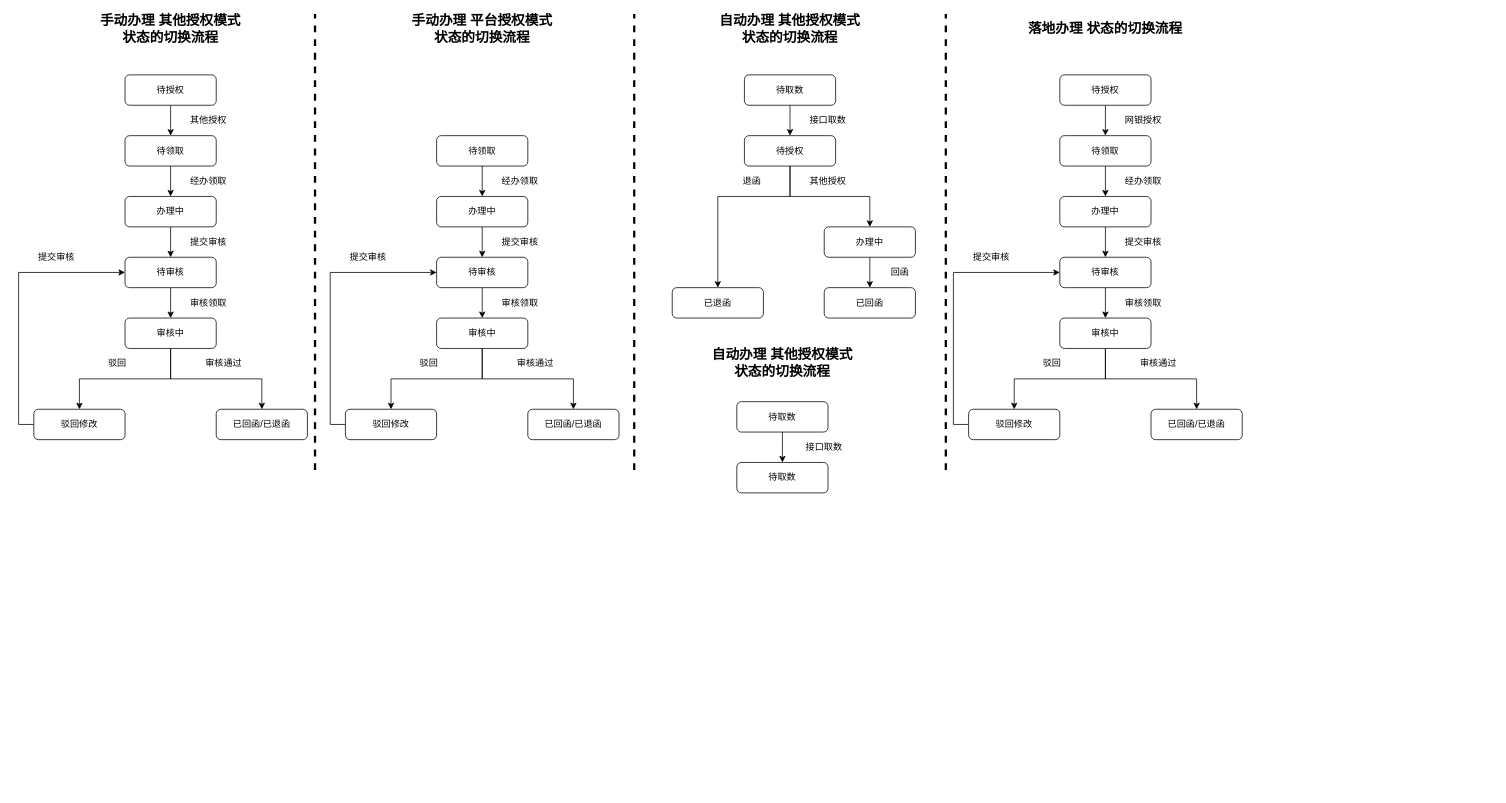
The draw.io diagram 未命名绘图.drawio in pingguo002/iconomi, before the edit. Source tidied: cells renumbered, new cells numbered last; positions are measured from the earlier drawing's top-left corner, leaving out a move shared by most shapes. Both pictures are drawn from the tidied source at 76%, with x=0, y=0 at pixel (33, 14).
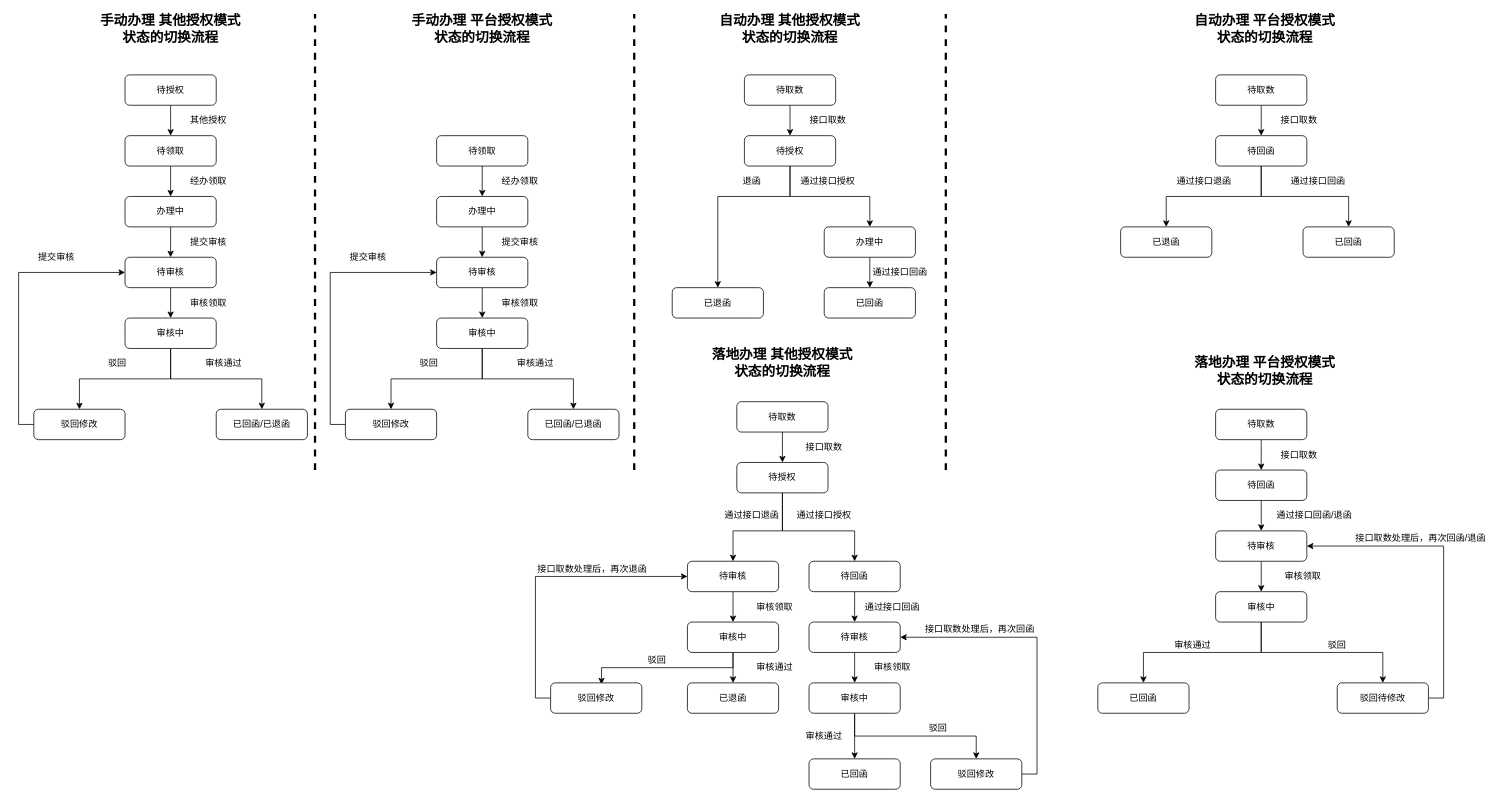
The same page after the edit.

Commit message:
更新未命名绘图.drawio

Diff of the diagram source:
```diff
@@
-    <mxCell id="52" style="edgeStyle=orthogonalEdgeStyle;rounded=0;jettySize=auto;html=1;exitX=0.5;exitY=1;exitDx=0;exitDy=0;" parent="1" edge="1" source="53" target="55">
-      <mxGeometry relative="1" as="geometry" />
-    </mxCell>
-    <mxCell id="53" value="待授权" style="rounded=1;whiteSpace=wrap;html=1;" parent="1" vertex="1">
-      <mxGeometry x="1350" y="80" width="120" height="40" as="geometry" />
-    </mxCell>
-    <mxCell id="54" style="edgeStyle=orthogonalEdgeStyle;rounded=0;jettySize=auto;html=1;exitX=0.5;exitY=1;exitDx=0;exitDy=0;" parent="1" edge="1" source="55" target="58">
-      <mxGeometry relative="1" as="geometry" />
-    </mxCell>
-    <mxCell id="55" value="待领取" style="rounded=1;whiteSpace=wrap;html=1;" parent="1" vertex="1">
-      <mxGeometry x="1350" y="160" width="120" height="40" as="geometry" />
-    </mxCell>
-    <mxCell id="56" value="网银授权" style="text;html=1;strokeColor=none;fillColor=none;align=center;verticalAlign=middle;whiteSpace=wrap;rounded=0;" parent="1" vertex="1">
-      <mxGeometry x="1410" y="130" width="100" height="20" as="geometry" />
-    </mxCell>
-    <mxCell id="57" style="edgeStyle=orthogonalEdgeStyle;rounded=0;jettySize=auto;html=1;exitX=0.5;exitY=1;exitDx=0;exitDy=0;" parent="1" edge="1" source="58" target="61">
-      <mxGeometry relative="1" as="geometry" />
-    </mxCell>
-    <mxCell id="58" value="办理中" style="rounded=1;whiteSpace=wrap;html=1;" parent="1" vertex="1">
-      <mxGeometry x="1350" y="240" width="120" height="40" as="geometry" />
-    </mxCell>
-    <mxCell id="59" value="经办领取" style="text;html=1;strokeColor=none;fillColor=none;align=center;verticalAlign=middle;whiteSpace=wrap;rounded=0;" parent="1" vertex="1">
-      <mxGeometry x="1410" y="210" width="100" height="20" as="geometry" />
-    </mxCell>
-    <mxCell id="60" style="edgeStyle=orthogonalEdgeStyle;rounded=0;jettySize=auto;html=1;exitX=0.5;exitY=1;exitDx=0;exitDy=0;" parent="1" edge="1" source="61" target="65">
-      <mxGeometry relative="1" as="geometry" />
-    </mxCell>
-    <mxCell id="61" value="待审核" style="rounded=1;whiteSpace=wrap;html=1;" parent="1" vertex="1">
-      <mxGeometry x="1350" y="320" width="120" height="40" as="geometry" />
-    </mxCell>
-    <mxCell id="62" value="提交审核" style="text;html=1;strokeColor=none;fillColor=none;align=center;verticalAlign=middle;whiteSpace=wrap;rounded=0;" parent="1" vertex="1">
-      <mxGeometry x="1410" y="290" width="100" height="20" as="geometry" />
-    </mxCell>
-    <mxCell id="63" style="edgeStyle=orthogonalEdgeStyle;rounded=0;jettySize=auto;html=1;exitX=0.5;exitY=1;exitDx=0;exitDy=0;" parent="1" edge="1" source="65" target="73">
-      <mxGeometry relative="1" as="geometry" />
-    </mxCell>
-    <mxCell id="64" style="edgeStyle=orthogonalEdgeStyle;rounded=0;jettySize=auto;html=1;exitX=0.5;exitY=1;exitDx=0;exitDy=0;entryX=0.5;entryY=0;entryDx=0;entryDy=0;" parent="1" edge="1" source="65" target="70">
-      <mxGeometry relative="1" as="geometry" />
-    </mxCell>
-    <mxCell id="65" value="审核中" style="rounded=1;whiteSpace=wrap;html=1;" parent="1" vertex="1">
-      <mxGeometry x="1350" y="400" width="120" height="40" as="geometry" />
-    </mxCell>
-    <mxCell id="66" value="审核领取" style="text;html=1;strokeColor=none;fillColor=none;align=center;verticalAlign=middle;whiteSpace=wrap;rounded=0;" parent="1" vertex="1">
-      <mxGeometry x="1410" y="370" width="100" height="20" as="geometry" />
-    </mxCell>
-    <mxCell id="67" value="审核通过" style="text;html=1;strokeColor=none;fillColor=none;align=center;verticalAlign=middle;whiteSpace=wrap;rounded=0;" parent="1" vertex="1">
-      <mxGeometry x="1430" y="450" width="100" height="20" as="geometry" />
-    </mxCell>
-    <mxCell id="68" value="驳回" style="text;html=1;strokeColor=none;fillColor=none;align=center;verticalAlign=middle;whiteSpace=wrap;rounded=0;" parent="1" vertex="1">
-      <mxGeometry x="1310" y="450" width="60" height="20" as="geometry" />
-    </mxCell>
-    <mxCell id="69" style="edgeStyle=orthogonalEdgeStyle;rounded=0;jettySize=auto;html=1;exitX=0;exitY=0.5;exitDx=0;exitDy=0;entryX=0;entryY=0.5;entryDx=0;entryDy=0;" parent="1" edge="1" source="70" target="61">
-      <mxGeometry relative="1" as="geometry" />
-    </mxCell>
-    <mxCell id="70" value="驳回修改" style="rounded=1;whiteSpace=wrap;html=1;" parent="1" vertex="1">
-      <mxGeometry x="1230" y="520" width="120" height="40" as="geometry" />
-    </mxCell>
-    <mxCell id="71" value="提交审核" style="text;html=1;strokeColor=none;fillColor=none;align=center;verticalAlign=middle;whiteSpace=wrap;rounded=0;" parent="1" vertex="1">
-      <mxGeometry x="1230" y="310" width="60" height="20" as="geometry" />
-    </mxCell>
-    <mxCell id="72" value="落地办理 状态的切换流程" style="text;html=1;strokeColor=none;fillColor=none;align=center;verticalAlign=middle;whiteSpace=wrap;rounded=0;fontSize=18;fontStyle=1;" parent="1" vertex="1">
-      <mxGeometry x="1265" y="10" width="290" height="20" as="geometry" />
+    <mxCell id="72" value="自动办理 平台授权模式&lt;br&gt;状态的切换流程" style="text;html=1;strokeColor=none;fillColor=none;align=center;verticalAlign=middle;whiteSpace=wrap;rounded=0;fontSize=18;fontStyle=1;" parent="1" vertex="1">
+      <mxGeometry x="1475" y="10" width="290" height="20" as="geometry" />
     </mxCell>
-    <mxCell id="73" value="已回函/已退函" style="rounded=1;whiteSpace=wrap;html=1;" parent="1" vertex="1">
-      <mxGeometry x="1470" y="520" width="120" height="40" as="geometry" />
-    </mxCell>
@@
-    <mxCell id="75" value="回函" style="text;html=1;strokeColor=none;fillColor=none;align=center;verticalAlign=middle;whiteSpace=wrap;rounded=0;" parent="1" vertex="1">
+    <mxCell id="75" value="通过接口回函" style="text;html=1;strokeColor=none;fillColor=none;align=center;verticalAlign=middle;whiteSpace=wrap;rounded=0;" parent="1" vertex="1">
       <mxGeometry x="1090" y="330" width="100" height="20" as="geometry" />
     </mxCell>
@@
-    <mxCell id="78" value="其他授权" style="text;html=1;strokeColor=none;fillColor=none;align=center;verticalAlign=middle;whiteSpace=wrap;rounded=0;" parent="1" vertex="1">
+    <mxCell id="78" value="通过接口授权" style="text;html=1;strokeColor=none;fillColor=none;align=center;verticalAlign=middle;whiteSpace=wrap;rounded=0;" parent="1" vertex="1">
       <mxGeometry x="995" y="210" width="100" height="20" as="geometry" />
     </mxCell>
-    <mxCell id="79" value="自动办理 其他授权模式&lt;br&gt;状态的切换流程" style="text;html=1;strokeColor=none;fillColor=none;align=center;verticalAlign=middle;whiteSpace=wrap;rounded=0;fontSize=18;fontStyle=1;" parent="1" vertex="1">
+    <mxCell id="79" value="落地办理 其他授权模式&lt;br&gt;状态的切换流程" style="text;html=1;strokeColor=none;fillColor=none;align=center;verticalAlign=middle;whiteSpace=wrap;rounded=0;fontSize=18;fontStyle=1;" parent="1" vertex="1">
       <mxGeometry x="840" y="450" width="290" height="20" as="geometry" />
     </mxCell>
@@
-    <mxCell id="85" value="待取数" style="rounded=1;whiteSpace=wrap;html=1;fontSize=12;" parent="1" vertex="1">
+    <mxCell id="85" value="待授权" style="rounded=1;whiteSpace=wrap;html=1;fontSize=12;" parent="1" vertex="1">
       <mxGeometry x="925" y="590" width="120" height="40" as="geometry" />
     </mxCell>
@@
+    <mxCell id="87" style="edgeStyle=orthogonalEdgeStyle;rounded=0;jettySize=auto;html=1;exitX=0.5;exitY=1;exitDx=0;exitDy=0;strokeWidth=1;fontSize=12;entryX=0.5;entryY=0;entryDx=0;entryDy=0;" parent="1" edge="1" source="85" target="94">
+      <mxGeometry relative="1" as="geometry">
+        <Array as="points">
+          <mxPoint x="985" y="680" />
+          <mxPoint x="1080" y="680" />
+        </Array>
+      </mxGeometry>
+    </mxCell>
+    <mxCell id="88" style="edgeStyle=orthogonalEdgeStyle;rounded=0;jettySize=auto;html=1;exitX=0.5;exitY=1;exitDx=0;exitDy=0;entryX=0.5;entryY=0;entryDx=0;entryDy=0;strokeWidth=1;fontSize=12;" parent="1" edge="1" source="85" target="61">
+      <mxGeometry relative="1" as="geometry">
+        <Array as="points">
+          <mxPoint x="985" y="680" />
+          <mxPoint x="920" y="680" />
+        </Array>
+      </mxGeometry>
+    </mxCell>
+    <mxCell id="89" style="edgeStyle=orthogonalEdgeStyle;rounded=0;jettySize=auto;html=1;exitX=0.5;exitY=1;exitDx=0;exitDy=0;strokeWidth=1;fontSize=12;" parent="1" edge="1" source="61" target="98">
+      <mxGeometry relative="1" as="geometry" />
+    </mxCell>
+    <mxCell id="61" value="待审核" style="rounded=1;whiteSpace=wrap;html=1;" parent="1" vertex="1">
+      <mxGeometry x="860" y="720" width="120" height="40" as="geometry" />
+    </mxCell>
+    <mxCell id="90" value="通过接口退函" style="text;html=1;strokeColor=none;fillColor=none;align=center;verticalAlign=middle;whiteSpace=wrap;rounded=0;" parent="1" vertex="1">
+      <mxGeometry x="895" y="650" width="100" height="20" as="geometry" />
+    </mxCell>
+    <mxCell id="91" style="edgeStyle=orthogonalEdgeStyle;rounded=0;jettySize=auto;html=1;exitX=0.5;exitY=1;exitDx=0;exitDy=0;strokeWidth=1;fontSize=12;" parent="1" edge="1" source="92" target="109">
+      <mxGeometry relative="1" as="geometry" />
+    </mxCell>
+    <mxCell id="92" value="待审核" style="rounded=1;whiteSpace=wrap;html=1;fontSize=12;" parent="1" vertex="1">
+      <mxGeometry x="1020" y="800" width="120" height="40" as="geometry" />
+    </mxCell>
+    <mxCell id="93" style="edgeStyle=orthogonalEdgeStyle;rounded=0;jettySize=auto;html=1;exitX=0.5;exitY=1;exitDx=0;exitDy=0;strokeWidth=1;fontSize=12;" parent="1" edge="1" source="94" target="92">
+      <mxGeometry relative="1" as="geometry" />
+    </mxCell>
+    <mxCell id="94" value="待回函" style="rounded=1;whiteSpace=wrap;html=1;fontSize=12;" parent="1" vertex="1">
+      <mxGeometry x="1020" y="720" width="120" height="40" as="geometry" />
+    </mxCell>
+    <mxCell id="95" value="通过接口授权" style="text;html=1;strokeColor=none;fillColor=none;align=center;verticalAlign=middle;whiteSpace=wrap;rounded=0;" parent="1" vertex="1">
+      <mxGeometry x="990" y="650" width="100" height="20" as="geometry" />
+    </mxCell>
+    <mxCell id="96" style="edgeStyle=orthogonalEdgeStyle;rounded=0;jettySize=auto;html=1;exitX=0.5;exitY=1;exitDx=0;exitDy=0;strokeWidth=1;fontSize=12;" parent="1" edge="1" source="98" target="103">
+      <mxGeometry relative="1" as="geometry" />
+    </mxCell>
+    <mxCell id="97" style="edgeStyle=orthogonalEdgeStyle;rounded=0;jettySize=auto;html=1;exitX=0.5;exitY=1;exitDx=0;exitDy=0;entryX=0.558;entryY=0.05;entryDx=0;entryDy=0;entryPerimeter=0;strokeWidth=1;fontSize=12;" parent="1" edge="1" source="98" target="101">
+      <mxGeometry relative="1" as="geometry" />
+    </mxCell>
+    <mxCell id="98" value="审核中" style="rounded=1;whiteSpace=wrap;html=1;fontSize=12;" parent="1" vertex="1">
+      <mxGeometry x="860" y="800" width="120" height="40" as="geometry" />
+    </mxCell>
+    <mxCell id="99" value="审核领取" style="text;html=1;strokeColor=none;fillColor=none;align=center;verticalAlign=middle;whiteSpace=wrap;rounded=0;" parent="1" vertex="1">
+      <mxGeometry x="925" y="770" width="100" height="20" as="geometry" />
+    </mxCell>
+    <mxCell id="100" style="edgeStyle=orthogonalEdgeStyle;rounded=0;jettySize=auto;html=1;exitX=0;exitY=0.5;exitDx=0;exitDy=0;entryX=0;entryY=0.5;entryDx=0;entryDy=0;strokeWidth=1;fontSize=12;" parent="1" edge="1" source="101" target="61">
+      <mxGeometry relative="1" as="geometry" />
+    </mxCell>
+    <mxCell id="101" value="驳回修改" style="rounded=1;whiteSpace=wrap;html=1;fontSize=12;" parent="1" vertex="1">
+      <mxGeometry x="680" y="880" width="120" height="40" as="geometry" />
+    </mxCell>
+    <mxCell id="102" value="驳回" style="text;html=1;strokeColor=none;fillColor=none;align=center;verticalAlign=middle;whiteSpace=wrap;rounded=0;" parent="1" vertex="1">
+      <mxGeometry x="770" y="840" width="100" height="20" as="geometry" />
+    </mxCell>
+    <mxCell id="103" value="已退函" style="rounded=1;whiteSpace=wrap;html=1;fontSize=12;" parent="1" vertex="1">
+      <mxGeometry x="860" y="880" width="120" height="40" as="geometry" />
+    </mxCell>
+    <mxCell id="104" value="审核通过" style="text;html=1;strokeColor=none;fillColor=none;align=center;verticalAlign=middle;whiteSpace=wrap;rounded=0;" parent="1" vertex="1">
+      <mxGeometry x="925" y="850" width="100" height="20" as="geometry" />
+    </mxCell>
+    <mxCell id="105" value="接口取数处理后，再次退函" style="text;html=1;strokeColor=none;fillColor=none;align=center;verticalAlign=middle;whiteSpace=wrap;rounded=0;" parent="1" vertex="1">
+      <mxGeometry x="660" y="720" width="150" height="20" as="geometry" />
+    </mxCell>
+    <mxCell id="106" value="通过接口回函" style="text;html=1;strokeColor=none;fillColor=none;align=center;verticalAlign=middle;whiteSpace=wrap;rounded=0;" parent="1" vertex="1">
+      <mxGeometry x="1080" y="770" width="100" height="20" as="geometry" />
+    </mxCell>
+    <mxCell id="107" style="edgeStyle=orthogonalEdgeStyle;rounded=0;jettySize=auto;html=1;exitX=0.5;exitY=1;exitDx=0;exitDy=0;strokeWidth=1;fontSize=12;" parent="1" edge="1" source="109" target="111">
+      <mxGeometry relative="1" as="geometry" />
+    </mxCell>
+    <mxCell id="108" style="edgeStyle=orthogonalEdgeStyle;rounded=0;jettySize=auto;html=1;exitX=0.5;exitY=1;exitDx=0;exitDy=0;strokeWidth=1;fontSize=12;" parent="1" edge="1" source="109" target="115">
+      <mxGeometry relative="1" as="geometry" />
+    </mxCell>
+    <mxCell id="109" value="审核中" style="rounded=1;whiteSpace=wrap;html=1;fontSize=12;" parent="1" vertex="1">
+      <mxGeometry x="1020" y="880" width="120" height="40" as="geometry" />
+    </mxCell>
+    <mxCell id="110" value="审核领取" style="text;html=1;strokeColor=none;fillColor=none;align=center;verticalAlign=middle;whiteSpace=wrap;rounded=0;" parent="1" vertex="1">
+      <mxGeometry x="1080" y="850" width="100" height="20" as="geometry" />
+    </mxCell>
+    <mxCell id="111" value="已回函" style="rounded=1;whiteSpace=wrap;html=1;fontSize=12;" parent="1" vertex="1">
+      <mxGeometry x="1020" y="980" width="120" height="40" as="geometry" />
+    </mxCell>
+    <mxCell id="112" value="审核通过" style="text;html=1;strokeColor=none;fillColor=none;align=center;verticalAlign=middle;whiteSpace=wrap;rounded=0;" parent="1" vertex="1">
+      <mxGeometry x="990" y="940" width="100" height="20" as="geometry" />
+    </mxCell>
+    <mxCell id="113" value="驳回" style="text;html=1;strokeColor=none;fillColor=none;align=center;verticalAlign=middle;whiteSpace=wrap;rounded=0;" parent="1" vertex="1">
+      <mxGeometry x="1140" y="930" width="100" height="20" as="geometry" />
+    </mxCell>
+    <mxCell id="114" style="edgeStyle=orthogonalEdgeStyle;rounded=0;jettySize=auto;html=1;exitX=1;exitY=0.5;exitDx=0;exitDy=0;entryX=1;entryY=0.5;entryDx=0;entryDy=0;strokeWidth=1;fontSize=12;" parent="1" edge="1" source="115" target="92">
+      <mxGeometry relative="1" as="geometry">
+        <Array as="points">
+          <mxPoint x="1320" y="1000" />
+          <mxPoint x="1320" y="820" />
+        </Array>
+      </mxGeometry>
+    </mxCell>
+    <mxCell id="115" value="驳回修改" style="rounded=1;whiteSpace=wrap;html=1;fontSize=12;" parent="1" vertex="1">
+      <mxGeometry x="1180" y="980" width="120" height="40" as="geometry" />
+    </mxCell>
+    <mxCell id="116" value="接口取数处理后，再次回函" style="text;html=1;strokeColor=none;fillColor=none;align=center;verticalAlign=middle;whiteSpace=wrap;rounded=0;" parent="1" vertex="1">
+      <mxGeometry x="1170" y="800" width="150" height="20" as="geometry" />
+    </mxCell>
+    <mxCell id="117" style="edgeStyle=orthogonalEdgeStyle;rounded=0;jettySize=auto;html=1;exitX=0.5;exitY=1;exitDx=0;exitDy=0;strokeWidth=1;fontSize=12;" parent="1" edge="1" source="119" target="124">
+      <mxGeometry relative="1" as="geometry" />
+    </mxCell>
+    <mxCell id="118" style="edgeStyle=orthogonalEdgeStyle;rounded=0;jettySize=auto;html=1;exitX=0.5;exitY=1;exitDx=0;exitDy=0;strokeWidth=1;fontSize=12;" parent="1" edge="1" source="119" target="125">
+      <mxGeometry relative="1" as="geometry" />
+    </mxCell>
+    <mxCell id="119" value="待回函" style="rounded=1;whiteSpace=wrap;html=1;" parent="1" vertex="1">
+      <mxGeometry x="1555" y="160" width="120" height="40" as="geometry" />
+    </mxCell>
+    <mxCell id="120" value="通过接口回函" style="text;html=1;strokeColor=none;fillColor=none;align=center;verticalAlign=middle;whiteSpace=wrap;rounded=0;" parent="1" vertex="1">
+      <mxGeometry x="1640" y="210" width="100" height="20" as="geometry" />
+    </mxCell>
+    <mxCell id="121" style="edgeStyle=orthogonalEdgeStyle;rounded=0;jettySize=auto;html=1;exitX=0.5;exitY=1;exitDx=0;exitDy=0;entryX=0.5;entryY=0;entryDx=0;entryDy=0;strokeWidth=1;fontSize=12;" parent="1" edge="1" source="122" target="119">
+      <mxGeometry relative="1" as="geometry" />
+    </mxCell>
+    <mxCell id="122" value="待取数" style="rounded=1;whiteSpace=wrap;html=1;" parent="1" vertex="1">
+      <mxGeometry x="1555" y="80" width="120" height="40" as="geometry" />
+    </mxCell>
+    <mxCell id="123" value="接口取数" style="text;html=1;strokeColor=none;fillColor=none;align=center;verticalAlign=middle;whiteSpace=wrap;rounded=0;" parent="1" vertex="1">
+      <mxGeometry x="1615" y="130" width="100" height="20" as="geometry" />
+    </mxCell>
+    <mxCell id="124" value="已回函" style="rounded=1;whiteSpace=wrap;html=1;fontSize=12;" parent="1" vertex="1">
+      <mxGeometry x="1670" y="280" width="120" height="40" as="geometry" />
+    </mxCell>
+    <mxCell id="125" value="已退函" style="rounded=1;whiteSpace=wrap;html=1;fontSize=12;" parent="1" vertex="1">
+      <mxGeometry x="1430" y="280" width="120" height="40" as="geometry" />
+    </mxCell>
+    <mxCell id="126" value="通过接口退函" style="text;html=1;strokeColor=none;fillColor=none;align=center;verticalAlign=middle;whiteSpace=wrap;rounded=0;" parent="1" vertex="1">
+      <mxGeometry x="1490" y="210" width="100" height="20" as="geometry" />
+    </mxCell>
+    <mxCell id="127" value="落地办理 平台授权模式&lt;br&gt;状态的切换流程" style="text;html=1;strokeColor=none;fillColor=none;align=center;verticalAlign=middle;whiteSpace=wrap;rounded=0;fontSize=18;fontStyle=1;" parent="1" vertex="1">
+      <mxGeometry x="1475" y="460" width="290" height="20" as="geometry" />
+    </mxCell>
+    <mxCell id="128" style="edgeStyle=orthogonalEdgeStyle;rounded=0;jettySize=auto;html=1;exitX=0.5;exitY=1;exitDx=0;exitDy=0;strokeWidth=1;fontSize=12;" parent="1" edge="1" source="129" target="135">
+      <mxGeometry relative="1" as="geometry" />
+    </mxCell>
+    <mxCell id="129" value="待回函" style="rounded=1;whiteSpace=wrap;html=1;" parent="1" vertex="1">
+      <mxGeometry x="1555" y="600" width="120" height="40" as="geometry" />
+    </mxCell>
+    <mxCell id="130" value="通过接口回函/退函" style="text;html=1;strokeColor=none;fillColor=none;align=center;verticalAlign=middle;whiteSpace=wrap;rounded=0;" parent="1" vertex="1">
+      <mxGeometry x="1630" y="650" width="110" height="20" as="geometry" />
+    </mxCell>
+    <mxCell id="131" style="edgeStyle=orthogonalEdgeStyle;rounded=0;jettySize=auto;html=1;exitX=0.5;exitY=1;exitDx=0;exitDy=0;entryX=0.5;entryY=0;entryDx=0;entryDy=0;strokeWidth=1;fontSize=12;" parent="1" edge="1" source="132" target="129">
+      <mxGeometry relative="1" as="geometry" />
+    </mxCell>
+    <mxCell id="132" value="待取数" style="rounded=1;whiteSpace=wrap;html=1;" parent="1" vertex="1">
+      <mxGeometry x="1555" y="520" width="120" height="40" as="geometry" />
+    </mxCell>
+    <mxCell id="133" value="接口取数" style="text;html=1;strokeColor=none;fillColor=none;align=center;verticalAlign=middle;whiteSpace=wrap;rounded=0;" parent="1" vertex="1">
+      <mxGeometry x="1615" y="570" width="100" height="20" as="geometry" />
+    </mxCell>
+    <mxCell id="134" style="edgeStyle=orthogonalEdgeStyle;rounded=0;jettySize=auto;html=1;exitX=0.5;exitY=1;exitDx=0;exitDy=0;strokeWidth=1;fontSize=12;" parent="1" edge="1" source="135" target="138">
+      <mxGeometry relative="1" as="geometry" />
+    </mxCell>
+    <mxCell id="135" value="待审核" style="rounded=1;whiteSpace=wrap;html=1;fontSize=12;" parent="1" vertex="1">
+      <mxGeometry x="1555" y="680" width="120" height="40" as="geometry" />
+    </mxCell>
+    <mxCell id="136" style="edgeStyle=orthogonalEdgeStyle;rounded=0;jettySize=auto;html=1;exitX=0.5;exitY=1;exitDx=0;exitDy=0;strokeWidth=1;fontSize=12;" parent="1" edge="1" source="138" target="140">
+      <mxGeometry relative="1" as="geometry" />
+    </mxCell>
+    <mxCell id="137" style="edgeStyle=orthogonalEdgeStyle;rounded=0;jettySize=auto;html=1;exitX=0.5;exitY=1;exitDx=0;exitDy=0;strokeWidth=1;fontSize=12;" parent="1" edge="1" source="138" target="143">
+      <mxGeometry relative="1" as="geometry" />
+    </mxCell>
+    <mxCell id="138" value="审核中" style="rounded=1;whiteSpace=wrap;html=1;fontSize=12;" parent="1" vertex="1">
+      <mxGeometry x="1555" y="760" width="120" height="40" as="geometry" />
+    </mxCell>
+    <mxCell id="139" style="edgeStyle=orthogonalEdgeStyle;rounded=0;jettySize=auto;html=1;exitX=1;exitY=0.5;exitDx=0;exitDy=0;entryX=1;entryY=0.5;entryDx=0;entryDy=0;strokeWidth=1;fontSize=12;" parent="1" edge="1" source="140" target="135">
+      <mxGeometry relative="1" as="geometry" />
+    </mxCell>
+    <mxCell id="140" value="驳回待修改" style="rounded=1;whiteSpace=wrap;html=1;fontSize=12;" parent="1" vertex="1">
+      <mxGeometry x="1715" y="880" width="120" height="40" as="geometry" />
+    </mxCell>
+    <mxCell id="141" value="审核领取" style="text;html=1;strokeColor=none;fillColor=none;align=center;verticalAlign=middle;whiteSpace=wrap;rounded=0;" parent="1" vertex="1">
+      <mxGeometry x="1620" y="730" width="100" height="20" as="geometry" />
+    </mxCell>
+    <mxCell id="142" value="驳回" style="text;html=1;strokeColor=none;fillColor=none;align=center;verticalAlign=middle;whiteSpace=wrap;rounded=0;" parent="1" vertex="1">
+      <mxGeometry x="1665" y="820" width="100" height="20" as="geometry" />
+    </mxCell>
+    <mxCell id="143" value="已回函" style="rounded=1;whiteSpace=wrap;html=1;fontSize=12;" parent="1" vertex="1">
+      <mxGeometry x="1400" y="880" width="120" height="40" as="geometry" />
+    </mxCell>
+    <mxCell id="144" value="审核通过" style="text;html=1;strokeColor=none;fillColor=none;align=center;verticalAlign=middle;whiteSpace=wrap;rounded=0;" parent="1" vertex="1">
+      <mxGeometry x="1475" y="820" width="100" height="20" as="geometry" />
+    </mxCell>
+    <mxCell id="145" value="接口取数处理后，再次回函/退函" style="text;html=1;strokeColor=none;fillColor=none;align=center;verticalAlign=middle;whiteSpace=wrap;rounded=0;" parent="1" vertex="1">
+      <mxGeometry x="1730" y="680" width="190" height="20" as="geometry" />
+    </mxCell>
```
